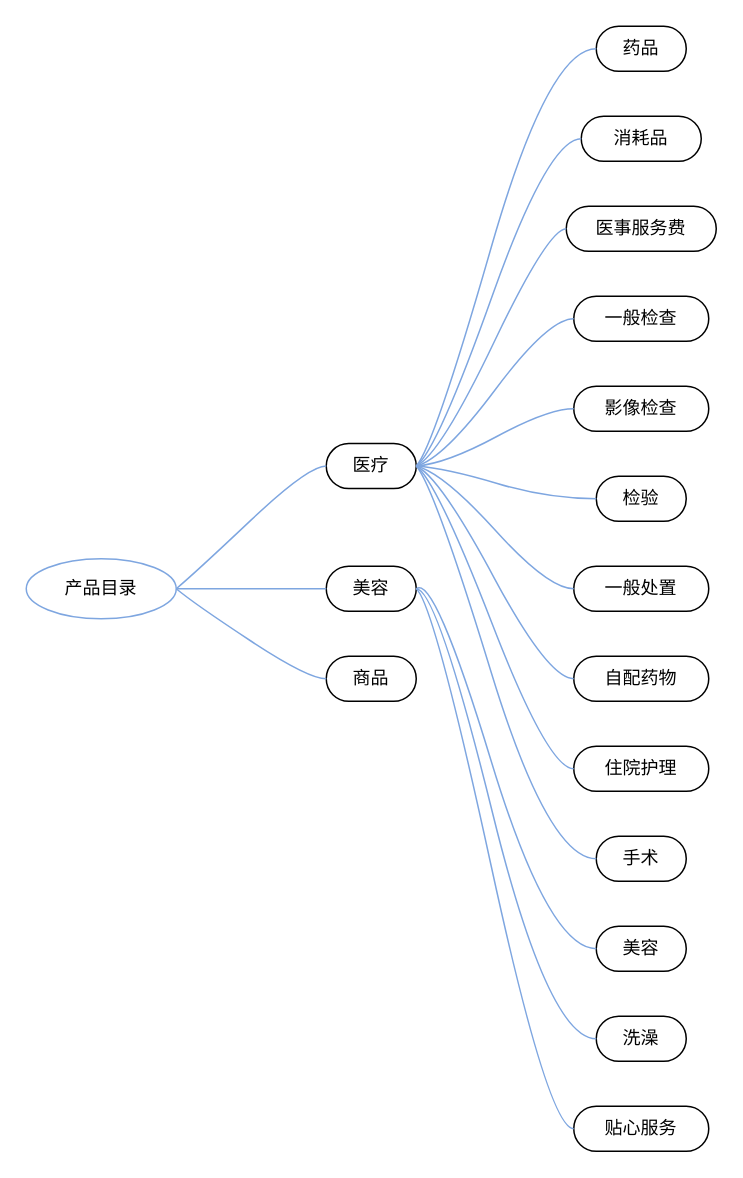
Earlier version of the draw.io diagram page "产品目录分类" (1 of 2) of pet_data_warehouse/经营参谋.drawio (fangzheng0518/draw). Source tidied: cells renumbered, new cells numbered last; positions are measured from the earlier drawing's top-left corner, leaving out a move shared by most shapes. Both pictures are drawn from the tidied source at 150%, with x=0, y=0 at pixel (26, 26).
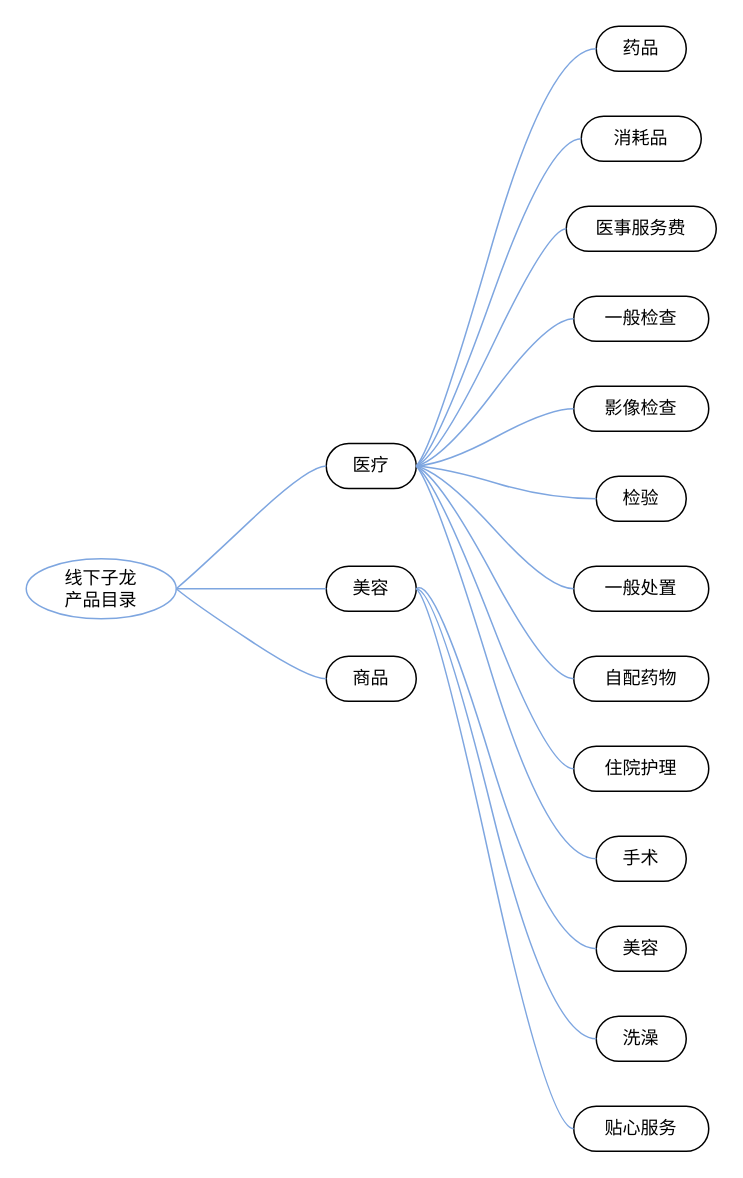
Above is the later version.

Commit message:
更新经营参谋.drawio

Change to the diagram source:
```diff
@@
-    <mxCell id="2" value="产品目录" style="ellipse;whiteSpace=wrap;html=1;align=center;newEdgeStyle={&quot;edgeStyle&quot;:&quot;entityRelationEdgeStyle&quot;,&quot;startArrow&quot;:&quot;none&quot;,&quot;endArrow&quot;:&quot;none&quot;,&quot;segment&quot;:10,&quot;curved&quot;:1};strokeColor=#7EA6E0;" parent="1" vertex="1">
+    <mxCell id="2" value="线下子龙&lt;br&gt;产品目录" style="ellipse;whiteSpace=wrap;html=1;align=center;newEdgeStyle={&quot;edgeStyle&quot;:&quot;entityRelationEdgeStyle&quot;,&quot;startArrow&quot;:&quot;none&quot;,&quot;endArrow&quot;:&quot;none&quot;,&quot;segment&quot;:10,&quot;curved&quot;:1};strokeColor=#7EA6E0;" parent="1" vertex="1">
       <mxGeometry y="355" width="100" height="40" as="geometry" />
     </mxCell>
```
